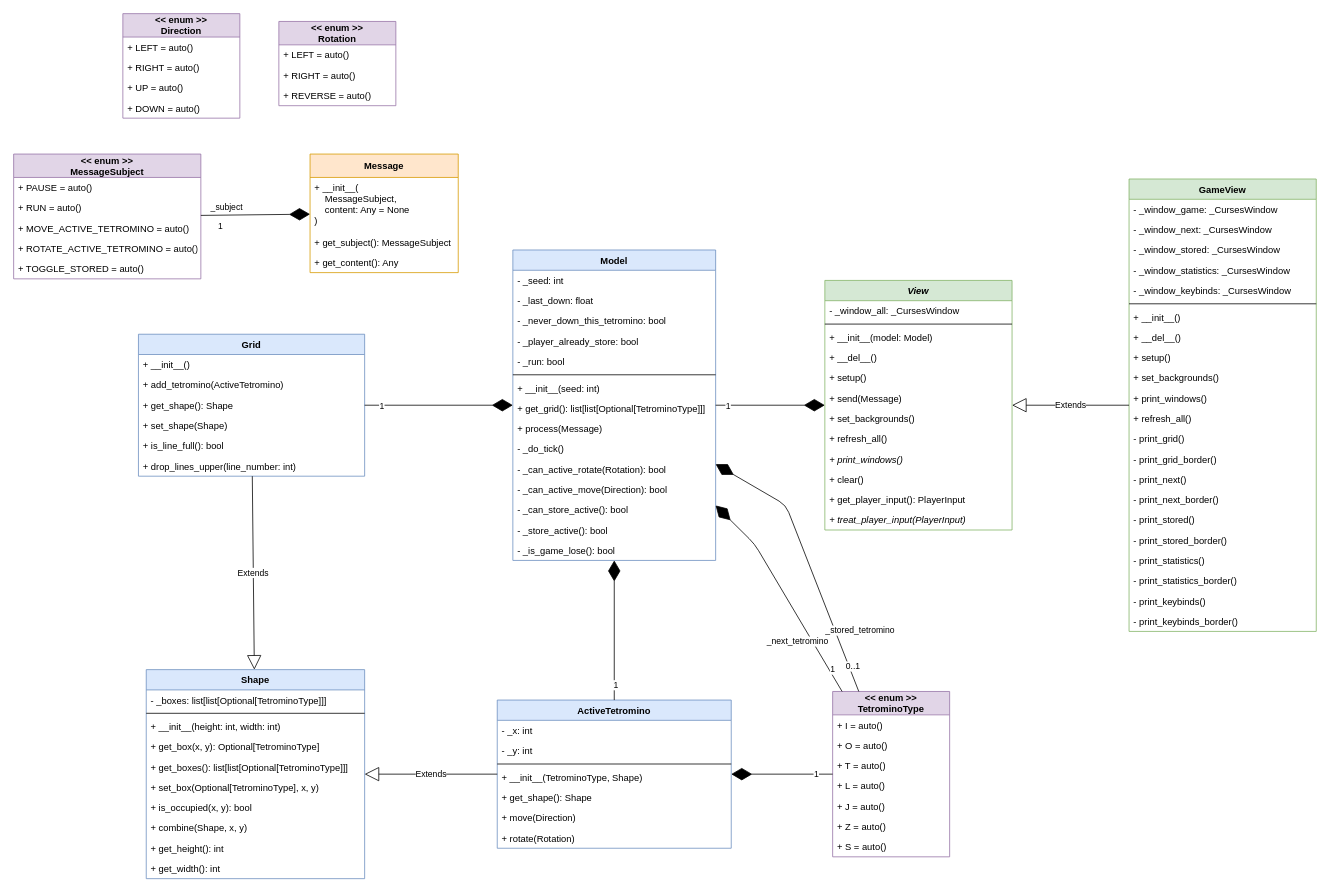
The draw.io diagram information/class diagram.drawio in le-chartreux/Tertris, before the edit. Source tidied: cells renumbered, new cells numbered last; positions are measured from the earlier drawing's top-left corner, leaving out a move shared by most shapes. Both pictures are drawn from the tidied source at 78%, with x=0, y=0 at pixel (13, 13).
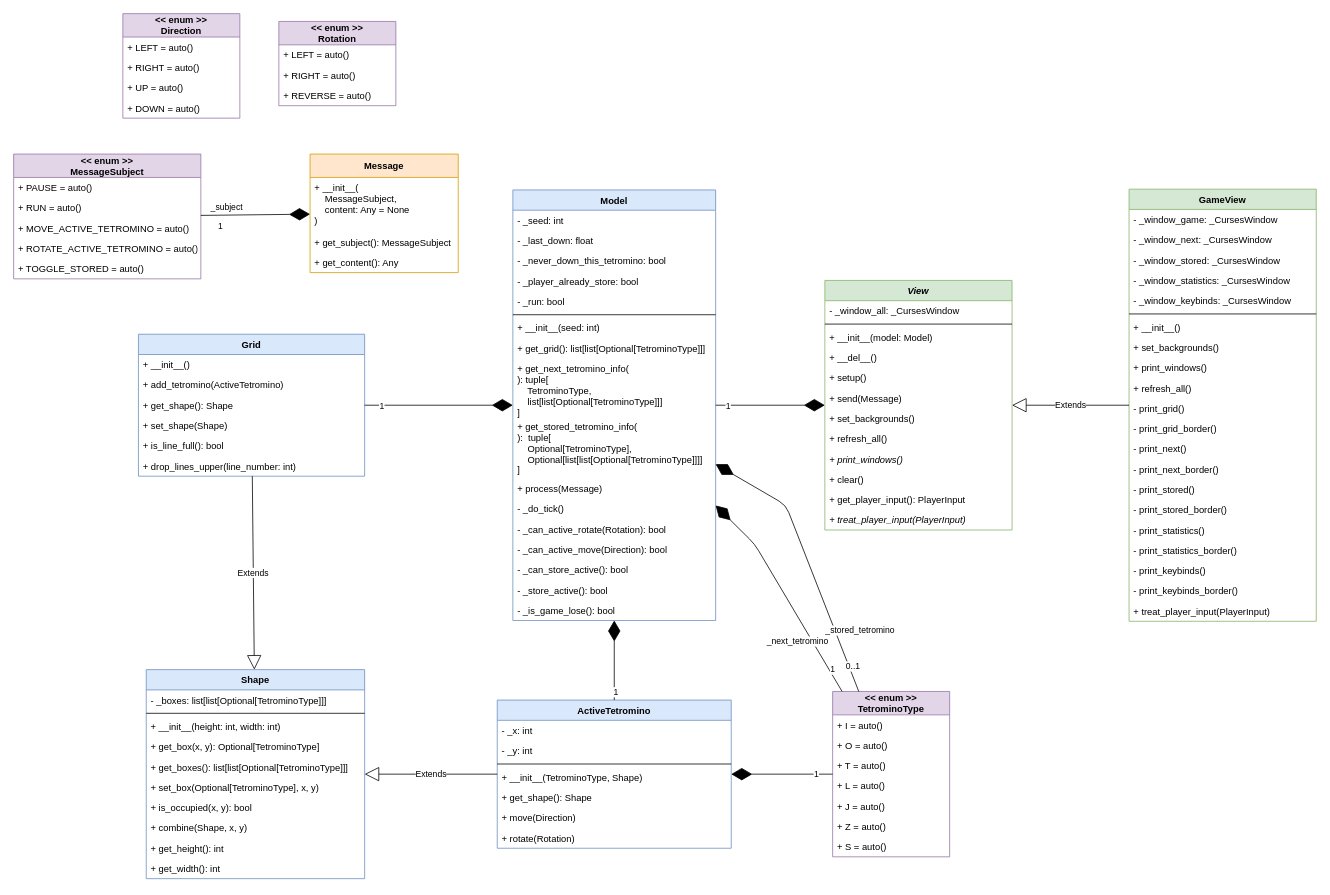
After the change.

What changed in the source:
```diff
@@
     <mxCell id="2" value="Model" style="swimlane;fontStyle=1;align=center;verticalAlign=top;horizontal=1;startSize=26;fillColor=#dae8fc;strokeColor=#6c8ebf;" parent="1" vertex="1">
-      <mxGeometry x="640" y="303" width="260" height="398" as="geometry" />
+      <mxGeometry x="640" y="226" width="260" height="552" as="geometry" />
     </mxCell>
@@
+    <mxCell id="127" value="+ get_next_tetromino_info(&#10;): tuple[&#10;    TetrominoType, &#10;    list[list[Optional[TetrominoType]]]&#10;]" style="text;strokeColor=none;fillColor=none;align=left;verticalAlign=top;spacingLeft=4;spacingRight=4;overflow=hidden;" parent="2" vertex="1">
+      <mxGeometry y="216" width="260" height="74" as="geometry" />
+    </mxCell>
+    <mxCell id="128" value="+ get_stored_tetromino_info(&#10;):  tuple[&#10;    Optional[TetrominoType],&#10;    Optional[list[list[Optional[TetrominoType]]]]&#10;]" style="text;strokeColor=none;fillColor=none;align=left;verticalAlign=top;spacingLeft=4;spacingRight=4;overflow=hidden;" parent="2" vertex="1">
+      <mxGeometry y="290" width="260" height="80" as="geometry" />
+    </mxCell>
     <mxCell id="11" value="+ process(Message)" style="text;strokeColor=none;fillColor=none;align=left;verticalAlign=top;spacingLeft=4;spacingRight=4;overflow=hidden;" parent="2" vertex="1">
-      <mxGeometry y="216" width="260" height="26" as="geometry" />
+      <mxGeometry y="370" width="260" height="26" as="geometry" />
     </mxCell>
     <mxCell id="12" value="- _do_tick()" style="text;strokeColor=none;fillColor=none;align=left;verticalAlign=top;spacingLeft=4;spacingRight=4;overflow=hidden;" parent="2" vertex="1">
-      <mxGeometry y="242" width="260" height="26" as="geometry" />
+      <mxGeometry y="396" width="260" height="26" as="geometry" />
     </mxCell>
     <mxCell id="13" value="- _can_active_rotate(Rotation): bool" style="text;strokeColor=none;fillColor=none;align=left;verticalAlign=top;spacingLeft=4;spacingRight=4;overflow=hidden;" parent="2" vertex="1">
-      <mxGeometry y="268" width="260" height="26" as="geometry" />
+      <mxGeometry y="422" width="260" height="26" as="geometry" />
     </mxCell>
     <mxCell id="14" value="- _can_active_move(Direction): bool" style="text;strokeColor=none;fillColor=none;align=left;verticalAlign=top;spacingLeft=4;spacingRight=4;overflow=hidden;" parent="2" vertex="1">
-      <mxGeometry y="294" width="260" height="26" as="geometry" />
+      <mxGeometry y="448" width="260" height="26" as="geometry" />
     </mxCell>
     <mxCell id="15" value="- _can_store_active(): bool" style="text;strokeColor=none;fillColor=none;align=left;verticalAlign=top;spacingLeft=4;spacingRight=4;overflow=hidden;" parent="2" vertex="1">
-      <mxGeometry y="320" width="260" height="26" as="geometry" />
+      <mxGeometry y="474" width="260" height="26" as="geometry" />
     </mxCell>
     <mxCell id="16" value="- _store_active(): bool" style="text;strokeColor=none;fillColor=none;align=left;verticalAlign=top;spacingLeft=4;spacingRight=4;overflow=hidden;" parent="2" vertex="1">
-      <mxGeometry y="346" width="260" height="26" as="geometry" />
+      <mxGeometry y="500" width="260" height="26" as="geometry" />
     </mxCell>
     <mxCell id="17" value="- _is_game_lose(): bool" style="text;strokeColor=none;fillColor=none;align=left;verticalAlign=top;spacingLeft=4;spacingRight=4;overflow=hidden;" parent="2" vertex="1">
-      <mxGeometry y="372" width="260" height="26" as="geometry" />
+      <mxGeometry y="526" width="260" height="26" as="geometry" />
     </mxCell>
@@
     <mxCell id="96" value="GameView" style="swimlane;fontStyle=1;align=center;verticalAlign=top;horizontal=1;startSize=26;fillColor=#d5e8d4;strokeColor=#82b366;" parent="1" vertex="1">
-      <mxGeometry x="1430" y="212" width="240" height="580" as="geometry" />
+      <mxGeometry x="1430" y="225" width="240" height="554" as="geometry" />
     </mxCell>
@@
-    <mxCell id="104" value="+ __del__()" style="text;strokeColor=none;fillColor=none;align=left;verticalAlign=top;spacingLeft=4;spacingRight=4;overflow=hidden;" parent="96" vertex="1">
-      <mxGeometry y="190" width="240" height="26" as="geometry" />
-    </mxCell>
-    <mxCell id="105" value="+ setup()" style="text;strokeColor=none;fillColor=none;align=left;verticalAlign=top;spacingLeft=4;spacingRight=4;overflow=hidden;" parent="96" vertex="1">
-      <mxGeometry y="216" width="240" height="26" as="geometry" />
-    </mxCell>
     <mxCell id="106" value="+ set_backgrounds()" style="text;strokeColor=none;fillColor=none;align=left;verticalAlign=top;spacingLeft=4;spacingRight=4;overflow=hidden;" parent="96" vertex="1">
-      <mxGeometry y="242" width="240" height="26" as="geometry" />
+      <mxGeometry y="190" width="240" height="26" as="geometry" />
     </mxCell>
     <mxCell id="107" value="+ print_windows()" style="text;strokeColor=none;fillColor=none;align=left;verticalAlign=top;spacingLeft=4;spacingRight=4;overflow=hidden;" parent="96" vertex="1">
-      <mxGeometry y="268" width="240" height="26" as="geometry" />
+      <mxGeometry y="216" width="240" height="26" as="geometry" />
     </mxCell>
     <mxCell id="108" value="+ refresh_all()" style="text;strokeColor=none;fillColor=none;align=left;verticalAlign=top;spacingLeft=4;spacingRight=4;overflow=hidden;" parent="96" vertex="1">
-      <mxGeometry y="294" width="240" height="26" as="geometry" />
+      <mxGeometry y="242" width="240" height="26" as="geometry" />
     </mxCell>
     <mxCell id="109" value="- print_grid()" style="text;strokeColor=none;fillColor=none;align=left;verticalAlign=top;spacingLeft=4;spacingRight=4;overflow=hidden;" parent="96" vertex="1">
-      <mxGeometry y="320" width="240" height="26" as="geometry" />
+      <mxGeometry y="268" width="240" height="26" as="geometry" />
     </mxCell>
     <mxCell id="110" value="- print_grid_border()" style="text;strokeColor=none;fillColor=none;align=left;verticalAlign=top;spacingLeft=4;spacingRight=4;overflow=hidden;" parent="96" vertex="1">
-      <mxGeometry y="346" width="240" height="26" as="geometry" />
+      <mxGeometry y="294" width="240" height="26" as="geometry" />
     </mxCell>
     <mxCell id="111" value="- print_next()" style="text;strokeColor=none;fillColor=none;align=left;verticalAlign=top;spacingLeft=4;spacingRight=4;overflow=hidden;" parent="96" vertex="1">
-      <mxGeometry y="372" width="240" height="26" as="geometry" />
+      <mxGeometry y="320" width="240" height="26" as="geometry" />
     </mxCell>
     <mxCell id="112" value="- print_next_border()" style="text;strokeColor=none;fillColor=none;align=left;verticalAlign=top;spacingLeft=4;spacingRight=4;overflow=hidden;" parent="96" vertex="1">
-      <mxGeometry y="398" width="240" height="26" as="geometry" />
+      <mxGeometry y="346" width="240" height="26" as="geometry" />
     </mxCell>
     <mxCell id="113" value="- print_stored()" style="text;strokeColor=none;fillColor=none;align=left;verticalAlign=top;spacingLeft=4;spacingRight=4;overflow=hidden;" parent="96" vertex="1">
-      <mxGeometry y="424" width="240" height="26" as="geometry" />
+      <mxGeometry y="372" width="240" height="26" as="geometry" />
     </mxCell>
     <mxCell id="114" value="- print_stored_border()" style="text;strokeColor=none;fillColor=none;align=left;verticalAlign=top;spacingLeft=4;spacingRight=4;overflow=hidden;" parent="96" vertex="1">
-      <mxGeometry y="450" width="240" height="26" as="geometry" />
+      <mxGeometry y="398" width="240" height="26" as="geometry" />
     </mxCell>
     <mxCell id="115" value="- print_statistics()" style="text;strokeColor=none;fillColor=none;align=left;verticalAlign=top;spacingLeft=4;spacingRight=4;overflow=hidden;" parent="96" vertex="1">
-      <mxGeometry y="476" width="240" height="26" as="geometry" />
+      <mxGeometry y="424" width="240" height="26" as="geometry" />
     </mxCell>
     <mxCell id="116" value="- print_statistics_border()" style="text;strokeColor=none;fillColor=none;align=left;verticalAlign=top;spacingLeft=4;spacingRight=4;overflow=hidden;" parent="96" vertex="1">
-      <mxGeometry y="502" width="240" height="26" as="geometry" />
+      <mxGeometry y="450" width="240" height="26" as="geometry" />
     </mxCell>
     <mxCell id="117" value="- print_keybinds()" style="text;strokeColor=none;fillColor=none;align=left;verticalAlign=top;spacingLeft=4;spacingRight=4;overflow=hidden;" parent="96" vertex="1">
-      <mxGeometry y="528" width="240" height="26" as="geometry" />
+      <mxGeometry y="476" width="240" height="26" as="geometry" />
     </mxCell>
     <mxCell id="118" value="- print_keybinds_border()" style="text;strokeColor=none;fillColor=none;align=left;verticalAlign=top;spacingLeft=4;spacingRight=4;overflow=hidden;" parent="96" vertex="1">
-      <mxGeometry y="554" width="240" height="26" as="geometry" />
+      <mxGeometry y="502" width="240" height="26" as="geometry" />
     </mxCell>
+    <mxCell id="129" value="+ treat_player_input(PlayerInput)" style="text;strokeColor=none;fillColor=none;align=left;verticalAlign=top;spacingLeft=4;spacingRight=4;overflow=hidden;fontStyle=0;" parent="96" vertex="1">
+      <mxGeometry y="528" width="240" height="26" as="geometry" />
+    </mxCell>
```
